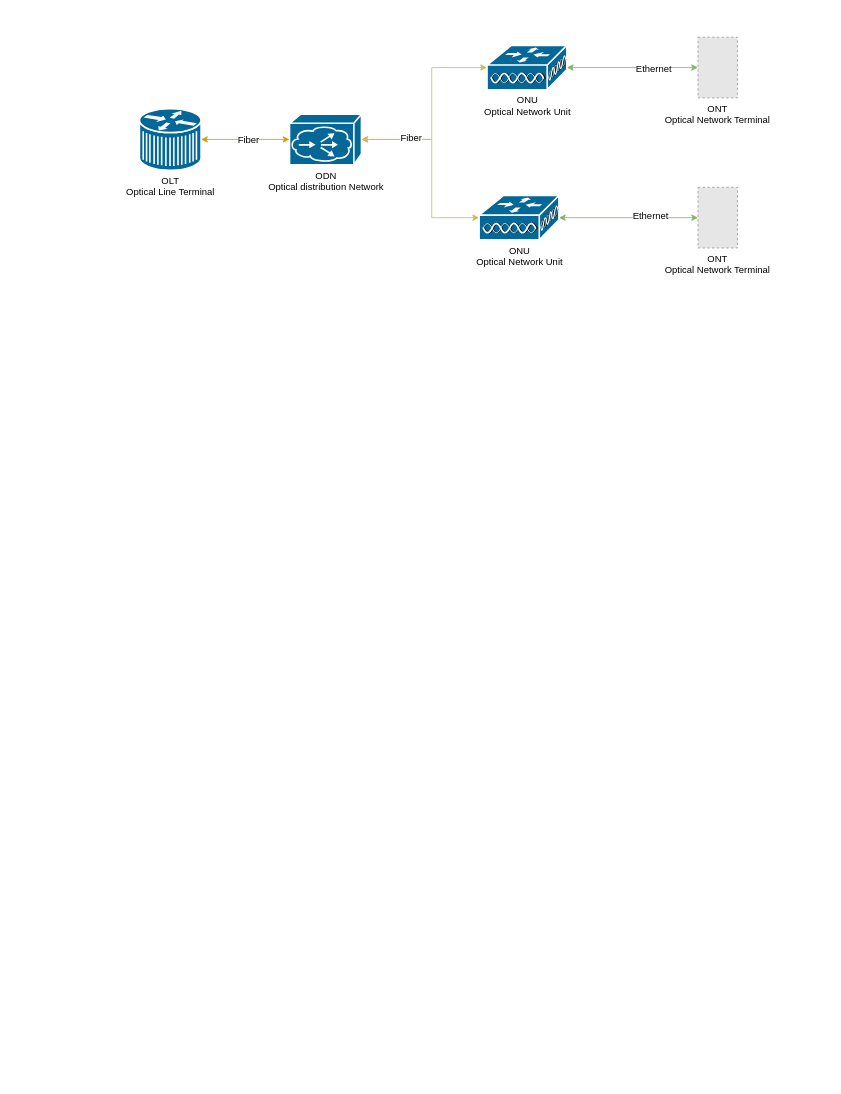
The draw.io diagram page "Framework" (1 of 10) of GW7557.drawio in nelsonchung/drawio, before the edit. Source tidied: cells renumbered, new cells numbered last; positions are measured from the earlier drawing's top-left corner, leaving out a move shared by most shapes. Both pictures are drawn from the tidied source at 79%, with x=0, y=0 at pixel (139, 37). Pictures stored in the file or linked from it are replaced by grey dashed boxes.
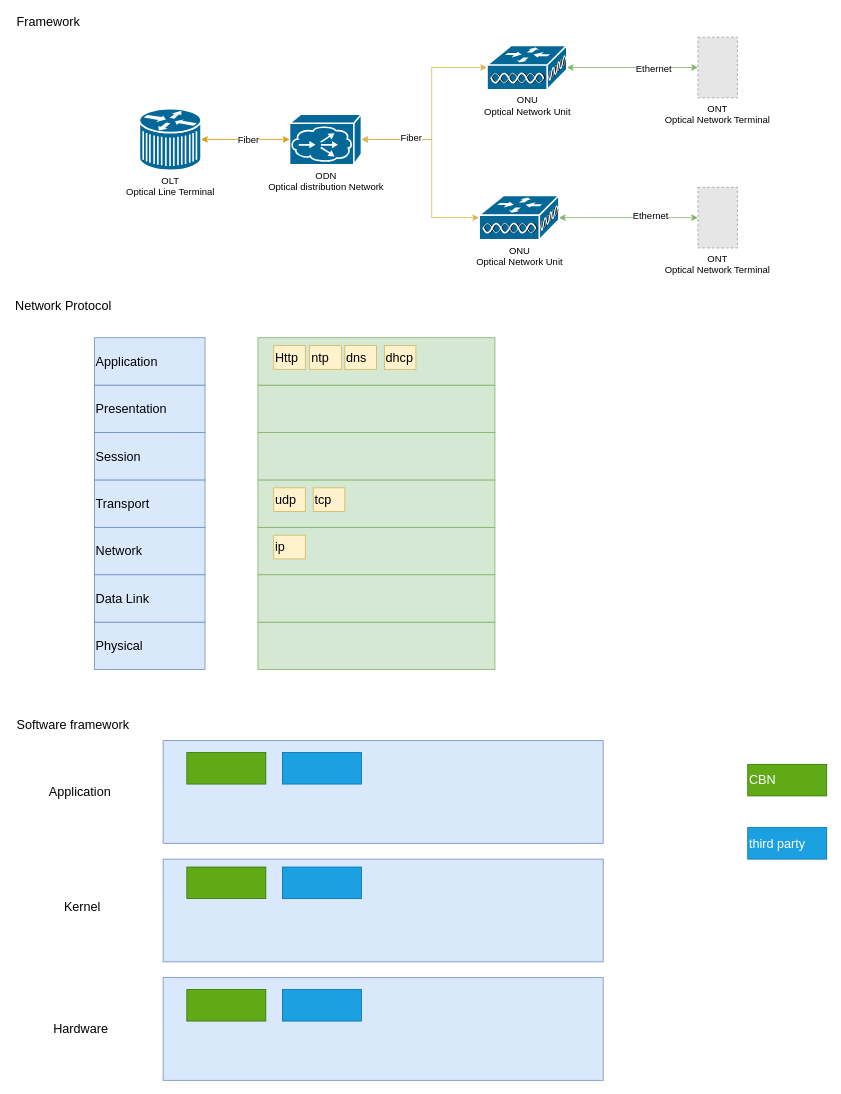
Above is the later version.

Diff of the diagram source:
```diff
@@
+    <mxCell id="17" value="Network Protocol" style="text;html=1;strokeColor=none;fillColor=none;align=left;verticalAlign=middle;whiteSpace=wrap;rounded=0;fontSize=16;" parent="1" vertex="1">
+      <mxGeometry x="-159" y="330" width="170" height="20" as="geometry" />
+    </mxCell>
+    <mxCell id="18" value="Framework" style="text;html=1;strokeColor=none;fillColor=none;align=left;verticalAlign=middle;whiteSpace=wrap;rounded=0;fontSize=16;" parent="1" vertex="1">
+      <mxGeometry x="-157" y="-30" width="170" height="20" as="geometry" />
+    </mxCell>
+    <mxCell id="19" value="Software framework" style="text;html=1;strokeColor=none;fillColor=none;align=left;verticalAlign=middle;whiteSpace=wrap;rounded=0;fontSize=16;" parent="1" vertex="1">
+      <mxGeometry x="-157" y="860" width="170" height="20" as="geometry" />
+    </mxCell>
+    <mxCell id="20" value="Physical" style="rounded=0;whiteSpace=wrap;html=1;fontSize=16;align=left;fillColor=#dae8fc;strokeColor=#6c8ebf;" parent="1" vertex="1">
+      <mxGeometry x="-57" y="740" width="140" height="60" as="geometry" />
+    </mxCell>
+    <mxCell id="21" value="Data Link" style="rounded=0;whiteSpace=wrap;html=1;fontSize=16;align=left;fillColor=#dae8fc;strokeColor=#6c8ebf;" parent="1" vertex="1">
+      <mxGeometry x="-57" y="680" width="140" height="60" as="geometry" />
+    </mxCell>
+    <mxCell id="22" value="Network" style="rounded=0;whiteSpace=wrap;html=1;fontSize=16;align=left;fillColor=#dae8fc;strokeColor=#6c8ebf;" parent="1" vertex="1">
+      <mxGeometry x="-57" y="620" width="140" height="60" as="geometry" />
+    </mxCell>
+    <mxCell id="23" value="Presentation" style="rounded=0;whiteSpace=wrap;html=1;fontSize=16;align=left;fillColor=#dae8fc;strokeColor=#6c8ebf;" parent="1" vertex="1">
+      <mxGeometry x="-57" y="440" width="140" height="60" as="geometry" />
+    </mxCell>
+    <mxCell id="24" value="Transport" style="rounded=0;whiteSpace=wrap;html=1;fontSize=16;align=left;fillColor=#dae8fc;strokeColor=#6c8ebf;" parent="1" vertex="1">
+      <mxGeometry x="-57" y="560" width="140" height="60" as="geometry" />
+    </mxCell>
+    <mxCell id="25" value="Session" style="rounded=0;whiteSpace=wrap;html=1;fontSize=16;align=left;fillColor=#dae8fc;strokeColor=#6c8ebf;" parent="1" vertex="1">
+      <mxGeometry x="-57" y="500" width="140" height="60" as="geometry" />
+    </mxCell>
+    <mxCell id="26" value="Application" style="rounded=0;whiteSpace=wrap;html=1;fontSize=16;align=left;fillColor=#dae8fc;strokeColor=#6c8ebf;" parent="1" vertex="1">
+      <mxGeometry x="-57" y="380" width="140" height="60" as="geometry" />
+    </mxCell>
+    <mxCell id="27" style="rounded=0;whiteSpace=wrap;html=1;fontSize=16;align=left;fillColor=#d5e8d4;strokeColor=#82b366;" parent="1" vertex="1">
+      <mxGeometry x="150" y="740" width="300" height="60" as="geometry" />
+    </mxCell>
+    <mxCell id="28" style="rounded=0;whiteSpace=wrap;html=1;fontSize=16;align=left;fillColor=#d5e8d4;strokeColor=#82b366;" parent="1" vertex="1">
+      <mxGeometry x="150" y="680" width="300" height="60" as="geometry" />
+    </mxCell>
+    <mxCell id="29" style="rounded=0;whiteSpace=wrap;html=1;fontSize=16;align=left;fillColor=#d5e8d4;strokeColor=#82b366;" parent="1" vertex="1">
+      <mxGeometry x="150" y="620" width="300" height="60" as="geometry" />
+    </mxCell>
+    <mxCell id="30" style="rounded=0;whiteSpace=wrap;html=1;fontSize=16;align=left;fillColor=#d5e8d4;strokeColor=#82b366;" parent="1" vertex="1">
+      <mxGeometry x="150" y="440" width="300" height="60" as="geometry" />
+    </mxCell>
+    <mxCell id="31" style="rounded=0;whiteSpace=wrap;html=1;fontSize=16;align=left;fillColor=#d5e8d4;strokeColor=#82b366;" parent="1" vertex="1">
+      <mxGeometry x="150" y="560" width="300" height="60" as="geometry" />
+    </mxCell>
+    <mxCell id="32" style="rounded=0;whiteSpace=wrap;html=1;fontSize=16;align=left;fillColor=#d5e8d4;strokeColor=#82b366;" parent="1" vertex="1">
+      <mxGeometry x="150" y="500" width="300" height="60" as="geometry" />
+    </mxCell>
+    <mxCell id="33" style="rounded=0;whiteSpace=wrap;html=1;fontSize=16;align=left;fillColor=#d5e8d4;strokeColor=#82b366;" parent="1" vertex="1">
+      <mxGeometry x="150" y="380" width="300" height="60" as="geometry" />
+    </mxCell>
+    <mxCell id="34" value="Http" style="rounded=0;whiteSpace=wrap;html=1;fontSize=16;align=left;fillColor=#fff2cc;strokeColor=#d6b656;" parent="1" vertex="1">
+      <mxGeometry x="170" y="390" width="40" height="30" as="geometry" />
+    </mxCell>
+    <mxCell id="35" value="ntp" style="rounded=0;whiteSpace=wrap;html=1;fontSize=16;align=left;fillColor=#fff2cc;strokeColor=#d6b656;" parent="1" vertex="1">
+      <mxGeometry x="215.5" y="390" width="40" height="30" as="geometry" />
+    </mxCell>
+    <mxCell id="36" value="udp" style="rounded=0;whiteSpace=wrap;html=1;fontSize=16;align=left;fillColor=#fff2cc;strokeColor=#d6b656;" parent="1" vertex="1">
+      <mxGeometry x="170" y="570" width="40" height="30" as="geometry" />
+    </mxCell>
+    <mxCell id="37" value="tcp" style="rounded=0;whiteSpace=wrap;html=1;fontSize=16;align=left;fillColor=#fff2cc;strokeColor=#d6b656;" parent="1" vertex="1">
+      <mxGeometry x="220" y="570" width="40" height="30" as="geometry" />
+    </mxCell>
+    <mxCell id="38" value="dns" style="rounded=0;whiteSpace=wrap;html=1;fontSize=16;align=left;fillColor=#fff2cc;strokeColor=#d6b656;" parent="1" vertex="1">
+      <mxGeometry x="260" y="390" width="40" height="30" as="geometry" />
+    </mxCell>
+    <mxCell id="39" value="ip" style="rounded=0;whiteSpace=wrap;html=1;fontSize=16;align=left;fillColor=#fff2cc;strokeColor=#d6b656;" parent="1" vertex="1">
+      <mxGeometry x="170" y="630" width="40" height="30" as="geometry" />
+    </mxCell>
+    <mxCell id="40" value="dhcp" style="rounded=0;whiteSpace=wrap;html=1;fontSize=16;align=left;fillColor=#fff2cc;strokeColor=#d6b656;" parent="1" vertex="1">
+      <mxGeometry x="310" y="390" width="40" height="30" as="geometry" />
+    </mxCell>
+    <mxCell id="41" style="rounded=0;whiteSpace=wrap;html=1;fontSize=16;align=left;fillColor=#dae8fc;strokeColor=#6c8ebf;" parent="1" vertex="1">
+      <mxGeometry x="30" y="1190" width="557" height="130" as="geometry" />
+    </mxCell>
+    <mxCell id="42" style="rounded=0;whiteSpace=wrap;html=1;fontSize=16;align=left;fillColor=#dae8fc;strokeColor=#6c8ebf;" parent="1" vertex="1">
+      <mxGeometry x="30" y="1040" width="557" height="130" as="geometry" />
+    </mxCell>
+    <mxCell id="43" style="rounded=0;whiteSpace=wrap;html=1;fontSize=16;align=left;fillColor=#dae8fc;strokeColor=#6c8ebf;" parent="1" vertex="1">
+      <mxGeometry x="30" y="890" width="557" height="130" as="geometry" />
+    </mxCell>
+    <mxCell id="44" value="Application" style="text;html=1;strokeColor=none;fillColor=none;align=center;verticalAlign=middle;whiteSpace=wrap;rounded=0;fontSize=16;" parent="1" vertex="1">
+      <mxGeometry x="-130" y="945" width="110" height="20" as="geometry" />
+    </mxCell>
+    <mxCell id="45" value="Kernel" style="text;html=1;strokeColor=none;fillColor=none;align=center;verticalAlign=middle;whiteSpace=wrap;rounded=0;fontSize=16;" parent="1" vertex="1">
+      <mxGeometry x="-127" y="1090" width="110" height="20" as="geometry" />
+    </mxCell>
+    <mxCell id="46" value="Hardware" style="text;html=1;strokeColor=none;fillColor=none;align=center;verticalAlign=middle;whiteSpace=wrap;rounded=0;fontSize=16;" parent="1" vertex="1">
+      <mxGeometry x="-129" y="1245" width="110" height="20" as="geometry" />
+    </mxCell>
+    <mxCell id="47" style="rounded=0;whiteSpace=wrap;html=1;fontSize=16;align=left;fillColor=#60a917;strokeColor=#2D7600;fontColor=#ffffff;" parent="1" vertex="1">
+      <mxGeometry x="60" y="905" width="100" height="40" as="geometry" />
+    </mxCell>
+    <mxCell id="48" style="rounded=0;whiteSpace=wrap;html=1;fontSize=16;align=left;fillColor=#60a917;strokeColor=#2D7600;fontColor=#ffffff;" parent="1" vertex="1">
+      <mxGeometry x="60" y="1050" width="100" height="40" as="geometry" />
+    </mxCell>
+    <mxCell id="49" style="rounded=0;whiteSpace=wrap;html=1;fontSize=16;align=left;fillColor=#60a917;strokeColor=#2D7600;fontColor=#ffffff;" parent="1" vertex="1">
+      <mxGeometry x="60" y="1205" width="100" height="40" as="geometry" />
+    </mxCell>
+    <mxCell id="50" value="CBN" style="rounded=0;whiteSpace=wrap;html=1;fontSize=16;align=left;fillColor=#60a917;strokeColor=#2D7600;fontColor=#ffffff;" parent="1" vertex="1">
+      <mxGeometry x="770" y="920" width="100" height="40" as="geometry" />
+    </mxCell>
+    <mxCell id="51" value="third party" style="rounded=0;whiteSpace=wrap;html=1;fontSize=16;align=left;fillColor=#1ba1e2;strokeColor=#006EAF;fontColor=#ffffff;" parent="1" vertex="1">
+      <mxGeometry x="770" y="1000" width="100" height="40" as="geometry" />
+    </mxCell>
+    <mxCell id="52" style="rounded=0;whiteSpace=wrap;html=1;fontSize=16;align=left;fillColor=#1ba1e2;strokeColor=#006EAF;fontColor=#ffffff;" parent="1" vertex="1">
+      <mxGeometry x="181" y="905" width="100" height="40" as="geometry" />
+    </mxCell>
+    <mxCell id="53" style="rounded=0;whiteSpace=wrap;html=1;fontSize=16;align=left;fillColor=#1ba1e2;strokeColor=#006EAF;fontColor=#ffffff;" parent="1" vertex="1">
+      <mxGeometry x="181" y="1050" width="100" height="40" as="geometry" />
+    </mxCell>
+    <mxCell id="54" style="rounded=0;whiteSpace=wrap;html=1;fontSize=16;align=left;fillColor=#1ba1e2;strokeColor=#006EAF;fontColor=#ffffff;" parent="1" vertex="1">
+      <mxGeometry x="181" y="1205" width="100" height="40" as="geometry" />
+    </mxCell>
```
